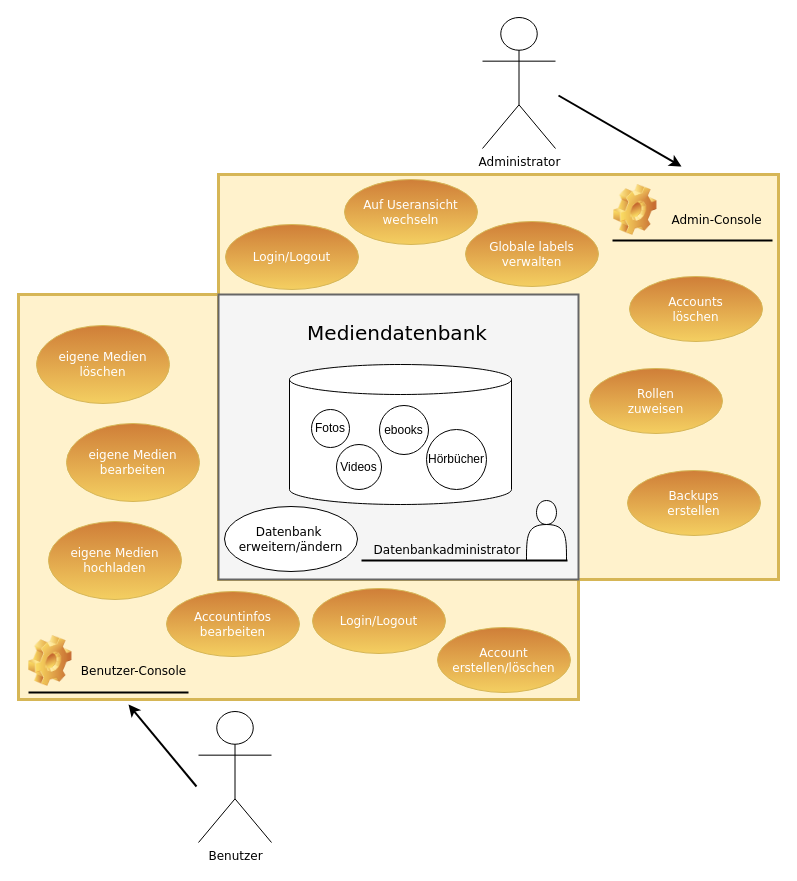
Above: Diagramme/Use_Case.drawio in Kaktussaft/Mediendatenbank-broken (draw.io), before the change. Source tidied: cells renumbered, new cells numbered last; positions are measured from the earlier drawing's top-left corner, leaving out a move shared by most shapes. Both pictures are drawn from the tidied source at 100%, with x=0, y=0 at pixel (18, 17).
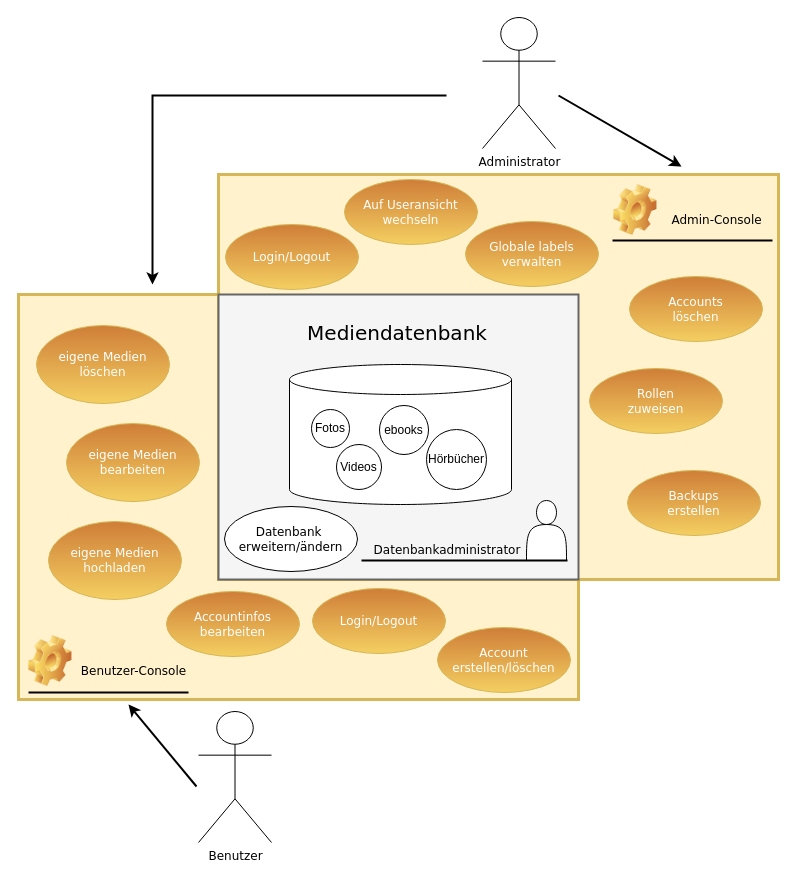
The same diagram, later.

Commit message:
Add arrow from admin to user console

What changed in the source:
```diff
@@
+    <mxCell id="37" style="endArrow=classic;html=1;rounded=0;strokeWidth=2;" parent="1" edge="1">
+      <mxGeometry relative="1" as="geometry">
+        <mxPoint x="428" y="78" as="sourcePoint" />
+        <mxPoint x="134" y="267" as="targetPoint" />
+        <Array as="points">
+          <mxPoint x="134" y="78" />
+        </Array>
+      </mxGeometry>
+    </mxCell>
```
